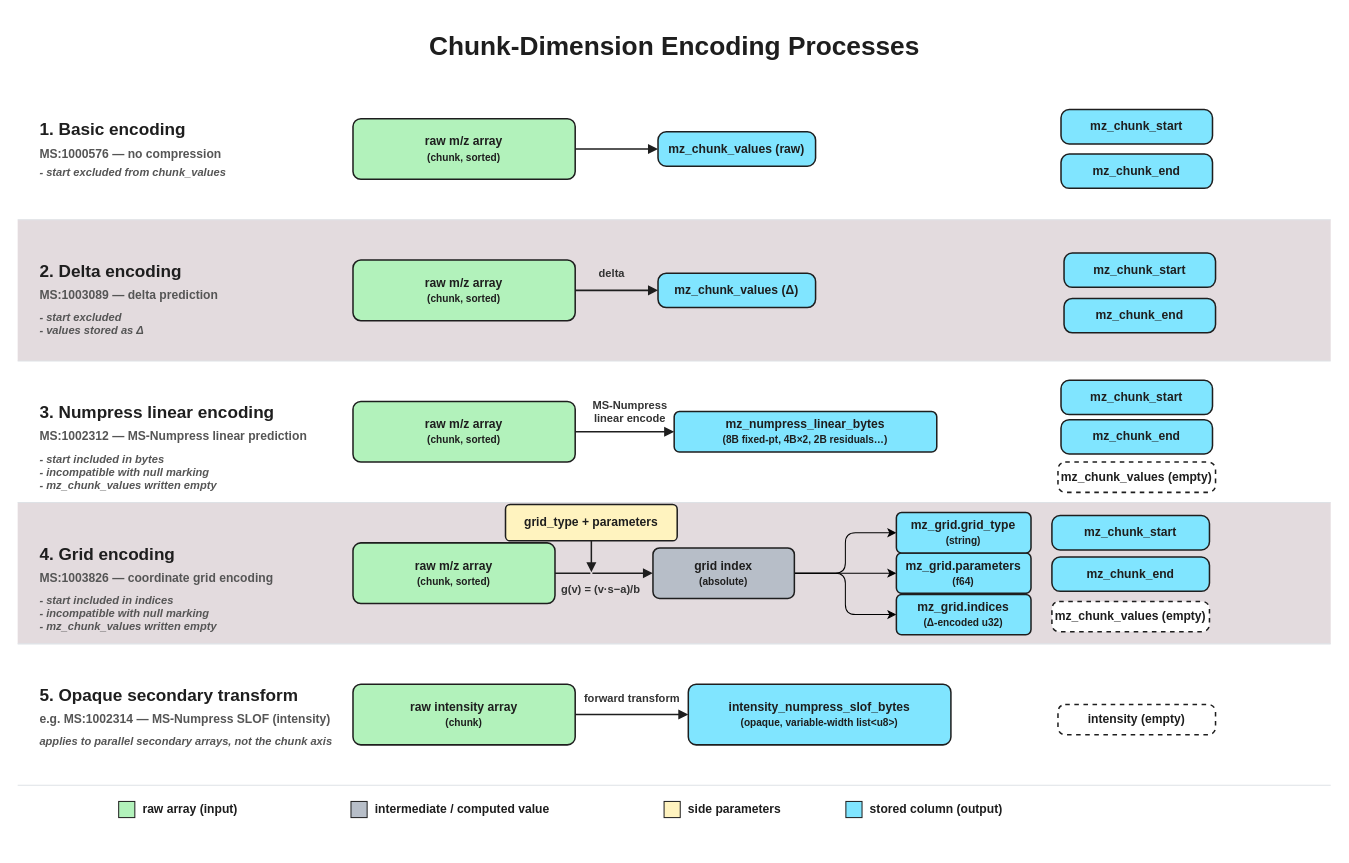
The draw.io diagram docs/assets/img/chunk_encoding_processes.drawio in HUPO-PSI/mzPeak-specification, before the edit. Source tidied: cells renumbered, new cells numbered last; positions are measured from the earlier drawing's top-left corner, leaving out a move shared by most shapes. Both pictures are drawn from the tidied source at 101%, with x=0, y=0 at pixel (17, 17).
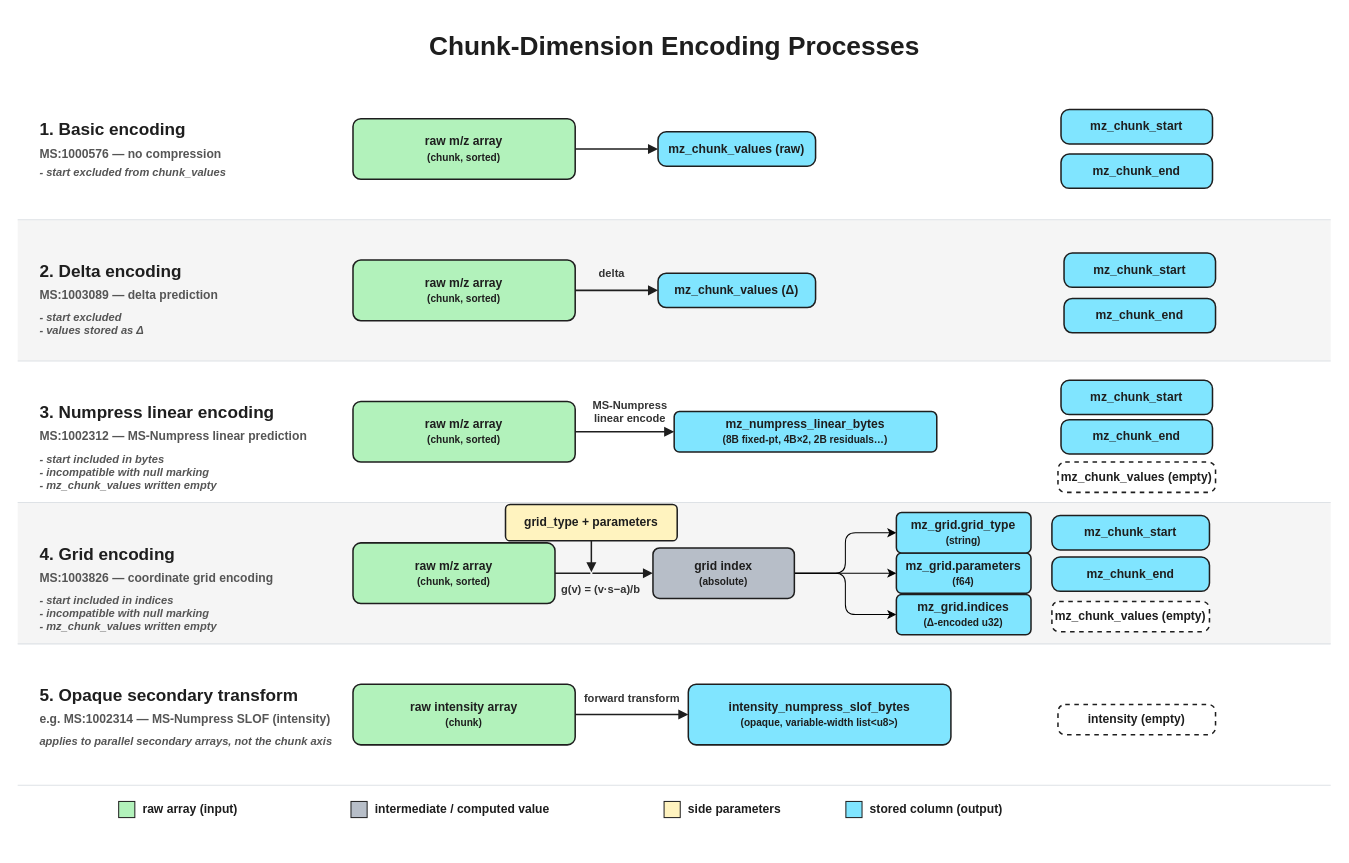
The same page after the edit.

What changed in the source:
```diff
@@
-    <mxCell id="4" style="rounded=0;whiteSpace=wrap;html=1;fillColor=#e3dbde;strokeColor=none;" parent="1" vertex="1">
+    <mxCell id="4" style="rounded=0;whiteSpace=wrap;html=1;fillColor=#F5F5F5;strokeColor=none;" parent="1" vertex="1">
       <mxGeometry y="200" width="1300" height="140" as="geometry" />
     </mxCell>
@@
-    <mxCell id="6" style="rounded=0;whiteSpace=wrap;html=1;fillColor=#e3dbde;strokeColor=none;" parent="1" vertex="1">
+    <mxCell id="6" style="rounded=0;whiteSpace=wrap;html=1;fillColor=#F5F5F5;strokeColor=none;" parent="1" vertex="1">
       <mxGeometry y="480" width="1300" height="140" as="geometry" />
     </mxCell>
```
